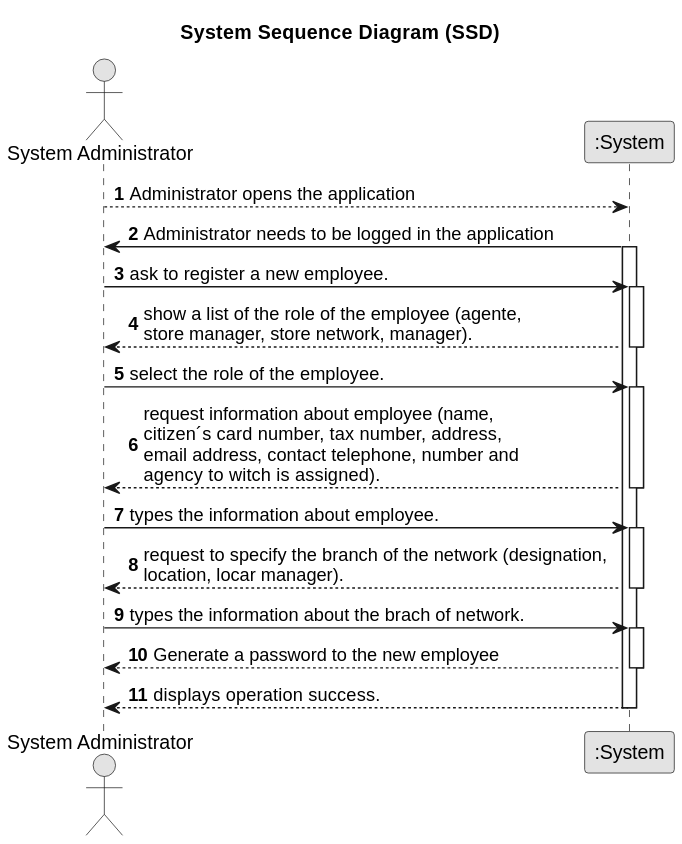
Earlier version of the PlantUML export docs/sprintA/us003/01.requirements-engineering/svg/us003-system-sequence-diagram-alternative-one-System_Sequence_Diagram__SSD_.svg (1220812/LAPR2).
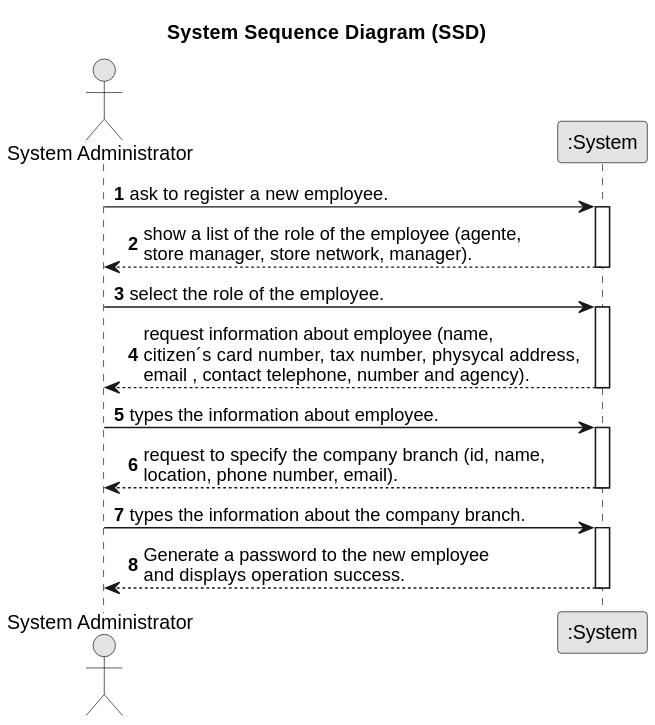
After the commit.

The edit, as a diff of the source:
```diff
@@ -10,11 +10,6 @@
 actor "System Administrator" as Employee
 participant ":System" as System
 
-System <-- Employee :  Administrator opens the application
-         deactivate System
- Employee <- System :  Administrator needs to be logged in the application
-        activate System
-
     Employee -> System : ask to register a new employee.
     activate System
 
@@ -25,20 +20,17 @@
     Employee -> System : select the role of the employee.
     activate System
 
-        System --> Employee : request information about employee (name, \ncitizen´s card number, tax number, address, \nemail address, contact telephone, number and \nagency to witch is assigned).
+        System --> Employee : request information about employee (name, \ncitizen´s card number, tax number, physycal address, \nemail , contact telephone, number and agency).
     deactivate System
 
     Employee -> System : types the information about employee.
     activate System
 
-        System --> Employee : request to specify the branch of the network (designation, \nlocation, locar manager).
+        System --> Employee : request to specify the company branch (id, name, \nlocation, phone number, email).
     deactivate System
 
-    Employee -> System : types the information about the brach of network.
+    Employee -> System : types the information about the company branch.
     activate System
-    System --> Employee : Generate a password to the new employee
+    System --> Employee : Generate a password to the new employee \nand displays operation success.
             deactivate System
-
-        System --> Employee : displays operation success.
-    deactivate System
 @enduml
```
